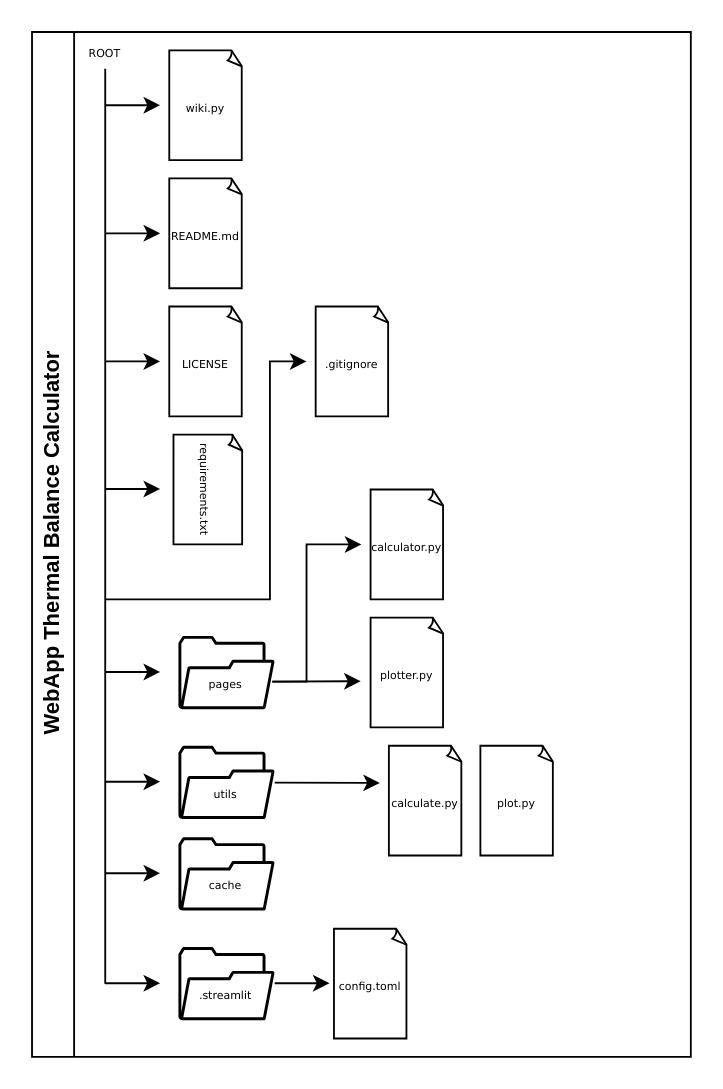
This is docs/Arquitetura_webapp_TBC.drawio from Zac-Milioli/Thermal-Balance-Calculator-APP, a draw.io file, before an edit. Source tidied: cells renumbered, new cells numbered last; positions are measured from the earlier drawing's top-left corner, leaving out a move shared by most shapes. Both pictures are drawn from the tidied source at 183%, with x=0, y=0 at pixel (31, 31).
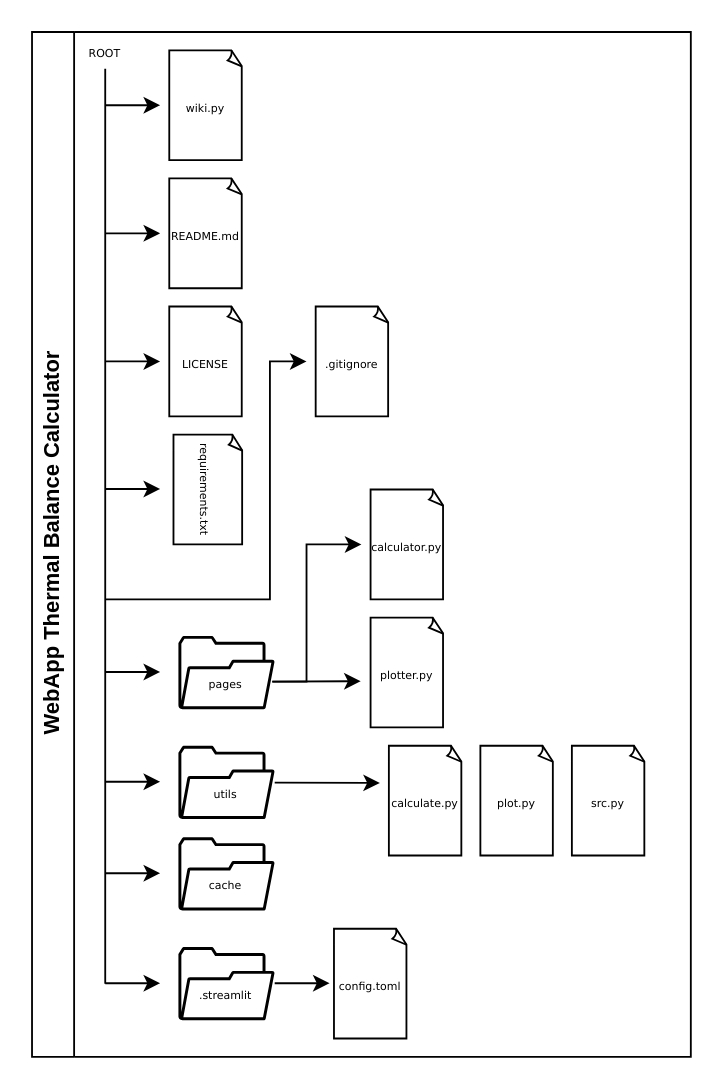
The same diagram, later.

Commit message (it also covers changes not shown here):
atualizações de arquitetura e planejamento da página de cálculo

The change refers to these unchanged cells:
```xml
<mxCell id="2" value="WebApp Thermal Balance Calculator" style="swimlane;horizontal=0;whiteSpace=wrap;html=1;" parent="1" vertex="1">
  <mxGeometry width="360" height="560" as="geometry" />
</mxCell>
```

The edit, as a diff of the source:
```diff
@@
+    <mxCell id="60" style="group;" parent="2" vertex="1">
+      <mxGeometry x="290" y="390" width="50" height="60" as="geometry" />
+    </mxCell>
+    <mxCell id="61" style="whiteSpace=wrap;html=1;shape=mxgraph.basic.document;" parent="60" vertex="1">
+      <mxGeometry x="5" width="40" height="60" as="geometry" />
+    </mxCell>
+    <mxCell id="62" value="&lt;font face=&quot;Verdana&quot;&gt;&lt;span style=&quot;font-size: 6px;&quot;&gt;src.py&lt;/span&gt;&lt;/font&gt;" style="text;strokeColor=none;align=center;fillColor=none;html=1;verticalAlign=middle;whiteSpace=wrap;rounded=0;" parent="60" vertex="1">
+      <mxGeometry y="15" width="50" height="30" as="geometry" />
+    </mxCell>
```
